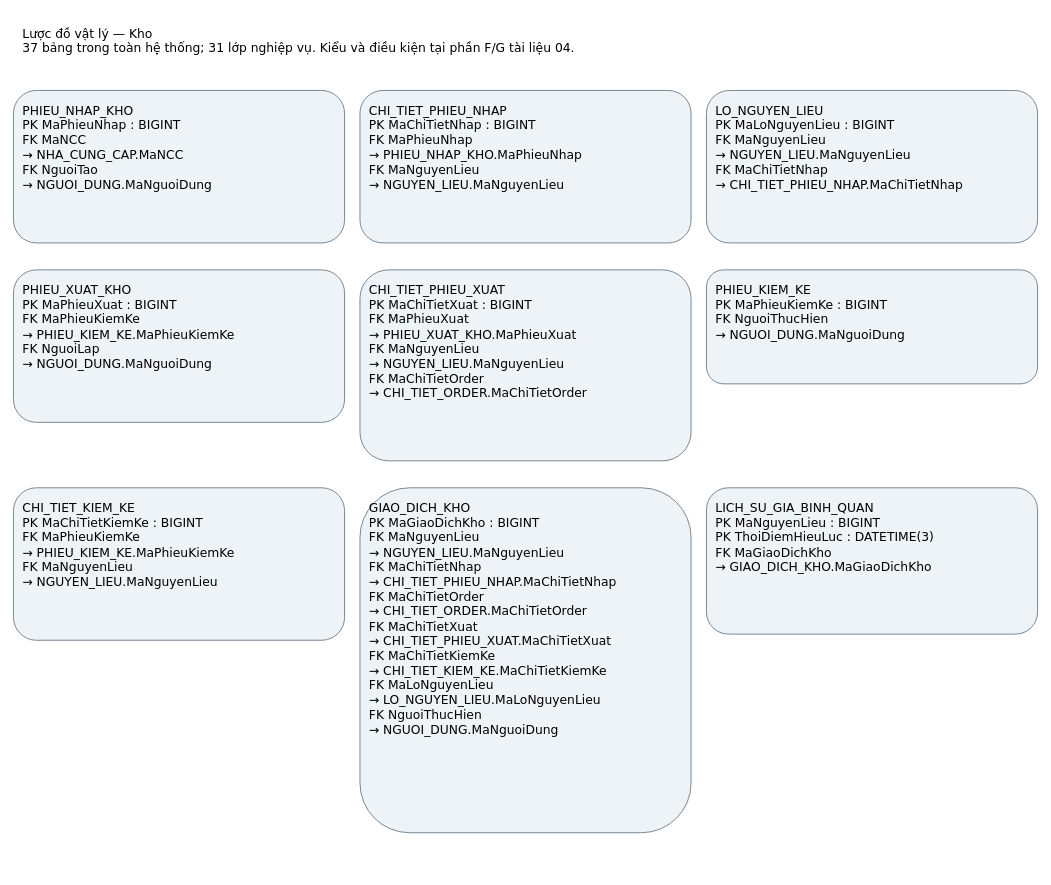
The draw.io diagram page "CSDL đầy đủ Kho" (15 of 17) of docs/So_do/ClassDiagram_HeThongQuanLyNhaHang.drawio in nminhzzz/restaurant-management-ai, before the edit. Source tidied: cells renumbered, new cells numbered last; positions are measured from the earlier drawing's top-left corner, leaving out a move shared by most shapes. Both pictures are drawn from the tidied source at 77%, with x=0, y=0 at pixel (13, 13).
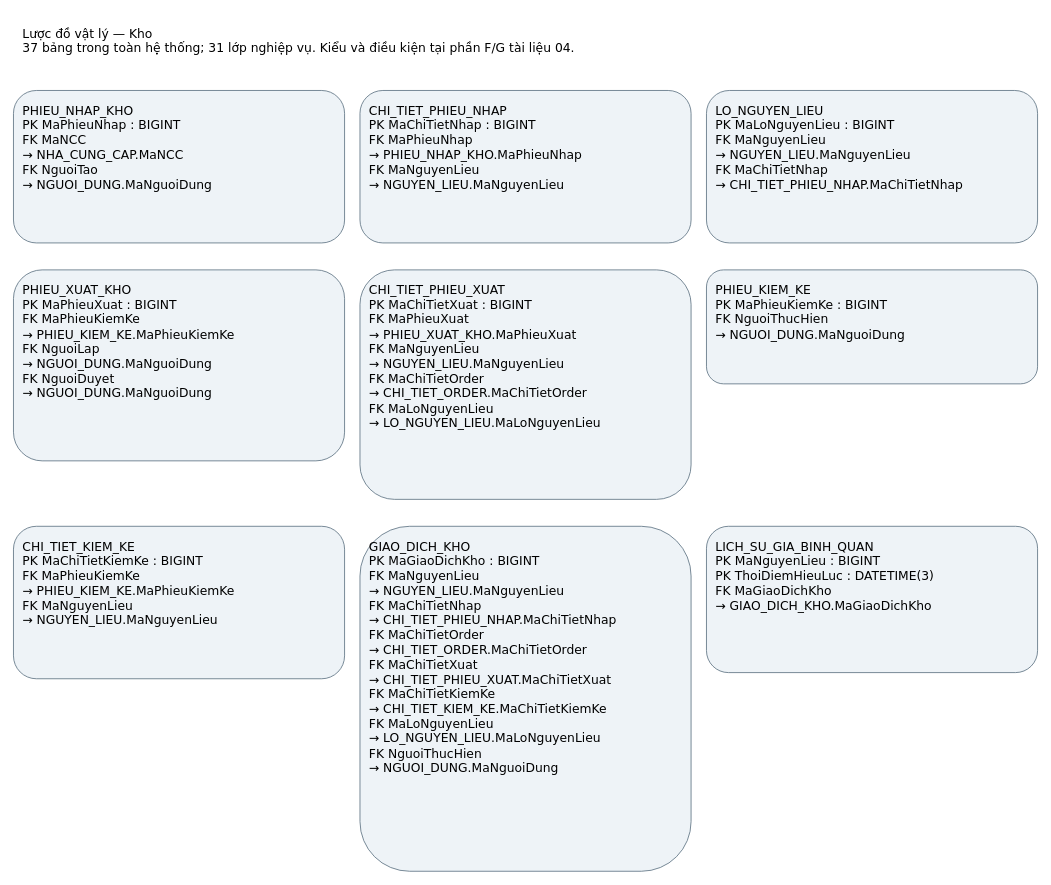
The same page after the edit.

Change to the diagram source:
```diff
@@
 <mxGraphModel>
   <root>
     <mxCell id="0" />
     <mxCell id="1" parent="0" />
     <mxCell id="2" value="Lược đồ vật lý — Kho&#10;37 bảng trong toàn hệ thống; 31 lớp nghiệp vụ. Kiểu và điều kiện tại phần F/G tài liệu 04." style="rounded=1;whiteSpace=wrap;html=0;fontFamily=DejaVu Sans;fontSize=16;align=left;verticalAlign=top;spacing=12;fillColor=#ffffff;strokeColor=none;" parent="1" vertex="1">
       <mxGeometry width="1320" height="80" as="geometry" />
     </mxCell>
     <mxCell id="3" value="PHIEU_NHAP_KHO&#10;PK MaPhieuNhap : BIGINT&#10;FK MaNCC&#10;  → NHA_CUNG_CAP.MaNCC&#10;FK NguoiTao&#10;  → NGUOI_DUNG.MaNguoiDung" style="rounded=1;whiteSpace=wrap;html=0;fontFamily=DejaVu Sans;fontSize=16;align=left;verticalAlign=top;spacing=12;fillColor=#eef3f7;strokeColor=#526879;" parent="1" vertex="1">
       <mxGeometry y="100" width="430" height="198" as="geometry" />
     </mxCell>
     <mxCell id="4" value="CHI_TIET_PHIEU_NHAP&#10;PK MaChiTietNhap : BIGINT&#10;FK MaPhieuNhap&#10;  → PHIEU_NHAP_KHO.MaPhieuNhap&#10;FK MaNguyenLieu&#10;  → NGUYEN_LIEU.MaNguyenLieu" style="rounded=1;whiteSpace=wrap;html=0;fontFamily=DejaVu Sans;fontSize=16;align=left;verticalAlign=top;spacing=12;fillColor=#eef3f7;strokeColor=#526879;" parent="1" vertex="1">
       <mxGeometry x="450" y="100" width="430" height="198" as="geometry" />
     </mxCell>
     <mxCell id="5" value="LO_NGUYEN_LIEU&#10;PK MaLoNguyenLieu : BIGINT&#10;FK MaNguyenLieu&#10;  → NGUYEN_LIEU.MaNguyenLieu&#10;FK MaChiTietNhap&#10;  → CHI_TIET_PHIEU_NHAP.MaChiTietNhap" style="rounded=1;whiteSpace=wrap;html=0;fontFamily=DejaVu Sans;fontSize=16;align=left;verticalAlign=top;spacing=12;fillColor=#eef3f7;strokeColor=#526879;" parent="1" vertex="1">
       <mxGeometry x="900" y="100" width="430" height="198" as="geometry" />
     </mxCell>
-    <mxCell id="6" value="PHIEU_XUAT_KHO&#10;PK MaPhieuXuat : BIGINT&#10;FK MaPhieuKiemKe&#10;  → PHIEU_KIEM_KE.MaPhieuKiemKe&#10;FK NguoiLap&#10;  → NGUOI_DUNG.MaNguoiDung" style="rounded=1;whiteSpace=wrap;html=0;fontFamily=DejaVu Sans;fontSize=16;align=left;verticalAlign=top;spacing=12;fillColor=#eef3f7;strokeColor=#526879;" parent="1" vertex="1">
-      <mxGeometry y="333" width="430" height="198" as="geometry" />
+    <mxCell id="6" value="PHIEU_XUAT_KHO&#10;PK MaPhieuXuat : BIGINT&#10;FK MaPhieuKiemKe&#10;  → PHIEU_KIEM_KE.MaPhieuKiemKe&#10;FK NguoiLap&#10;  → NGUOI_DUNG.MaNguoiDung&#10;FK NguoiDuyet&#10;  → NGUOI_DUNG.MaNguoiDung" style="rounded=1;whiteSpace=wrap;html=0;fontFamily=DejaVu Sans;fontSize=16;align=left;verticalAlign=top;spacing=12;fillColor=#eef3f7;strokeColor=#526879;" parent="1" vertex="1">
+      <mxGeometry y="333" width="430" height="248" as="geometry" />
     </mxCell>
-    <mxCell id="7" value="CHI_TIET_PHIEU_XUAT&#10;PK MaChiTietXuat : BIGINT&#10;FK MaPhieuXuat&#10;  → PHIEU_XUAT_KHO.MaPhieuXuat&#10;FK MaNguyenLieu&#10;  → NGUYEN_LIEU.MaNguyenLieu&#10;FK MaChiTietOrder&#10;  → CHI_TIET_ORDER.MaChiTietOrder" style="rounded=1;whiteSpace=wrap;html=0;fontFamily=DejaVu Sans;fontSize=16;align=left;verticalAlign=top;spacing=12;fillColor=#eef3f7;strokeColor=#526879;" parent="1" vertex="1">
-      <mxGeometry x="450" y="333" width="430" height="248" as="geometry" />
+    <mxCell id="7" value="CHI_TIET_PHIEU_XUAT&#10;PK MaChiTietXuat : BIGINT&#10;FK MaPhieuXuat&#10;  → PHIEU_XUAT_KHO.MaPhieuXuat&#10;FK MaNguyenLieu&#10;  → NGUYEN_LIEU.MaNguyenLieu&#10;FK MaChiTietOrder&#10;  → CHI_TIET_ORDER.MaChiTietOrder&#10;FK MaLoNguyenLieu&#10;  → LO_NGUYEN_LIEU.MaLoNguyenLieu" style="rounded=1;whiteSpace=wrap;html=0;fontFamily=DejaVu Sans;fontSize=16;align=left;verticalAlign=top;spacing=12;fillColor=#eef3f7;strokeColor=#526879;" parent="1" vertex="1">
+      <mxGeometry x="450" y="333" width="430" height="298" as="geometry" />
     </mxCell>
     <mxCell id="8" value="PHIEU_KIEM_KE&#10;PK MaPhieuKiemKe : BIGINT&#10;FK NguoiThucHien&#10;  → NGUOI_DUNG.MaNguoiDung" style="rounded=1;whiteSpace=wrap;html=0;fontFamily=DejaVu Sans;fontSize=16;align=left;verticalAlign=top;spacing=12;fillColor=#eef3f7;strokeColor=#526879;" parent="1" vertex="1">
       <mxGeometry x="900" y="333" width="430" height="148" as="geometry" />
     </mxCell>
     <mxCell id="9" value="CHI_TIET_KIEM_KE&#10;PK MaChiTietKiemKe : BIGINT&#10;FK MaPhieuKiemKe&#10;  → PHIEU_KIEM_KE.MaPhieuKiemKe&#10;FK MaNguyenLieu&#10;  → NGUYEN_LIEU.MaNguyenLieu" style="rounded=1;whiteSpace=wrap;html=0;fontFamily=DejaVu Sans;fontSize=16;align=left;verticalAlign=top;spacing=12;fillColor=#eef3f7;strokeColor=#526879;" parent="1" vertex="1">
-      <mxGeometry y="616" width="430" height="198" as="geometry" />
+      <mxGeometry y="666" width="430" height="198" as="geometry" />
     </mxCell>
     <mxCell id="10" value="GIAO_DICH_KHO&#10;PK MaGiaoDichKho : BIGINT&#10;FK MaNguyenLieu&#10;  → NGUYEN_LIEU.MaNguyenLieu&#10;FK MaChiTietNhap&#10;  → CHI_TIET_PHIEU_NHAP.MaChiTietNhap&#10;FK MaChiTietOrder&#10;  → CHI_TIET_ORDER.MaChiTietOrder&#10;FK MaChiTietXuat&#10;  → CHI_TIET_PHIEU_XUAT.MaChiTietXuat&#10;FK MaChiTietKiemKe&#10;  → CHI_TIET_KIEM_KE.MaChiTietKiemKe&#10;FK MaLoNguyenLieu&#10;  → LO_NGUYEN_LIEU.MaLoNguyenLieu&#10;FK NguoiThucHien&#10;  → NGUOI_DUNG.MaNguoiDung" style="rounded=1;whiteSpace=wrap;html=0;fontFamily=DejaVu Sans;fontSize=16;align=left;verticalAlign=top;spacing=12;fillColor=#eef3f7;strokeColor=#526879;" parent="1" vertex="1">
-      <mxGeometry x="450" y="616" width="430" height="448" as="geometry" />
+      <mxGeometry x="450" y="666" width="430" height="448" as="geometry" />
     </mxCell>
     <mxCell id="11" value="LICH_SU_GIA_BINH_QUAN&#10;PK MaNguyenLieu : BIGINT&#10;PK ThoiDiemHieuLuc : DATETIME(3)&#10;FK MaGiaoDichKho&#10;  → GIAO_DICH_KHO.MaGiaoDichKho" style="rounded=1;whiteSpace=wrap;html=0;fontFamily=DejaVu Sans;fontSize=16;align=left;verticalAlign=top;spacing=12;fillColor=#eef3f7;strokeColor=#526879;" parent="1" vertex="1">
-      <mxGeometry x="900" y="616" width="430" height="190" as="geometry" />
+      <mxGeometry x="900" y="666" width="430" height="190" as="geometry" />
     </mxCell>
   </root>
 </mxGraphModel>
```
